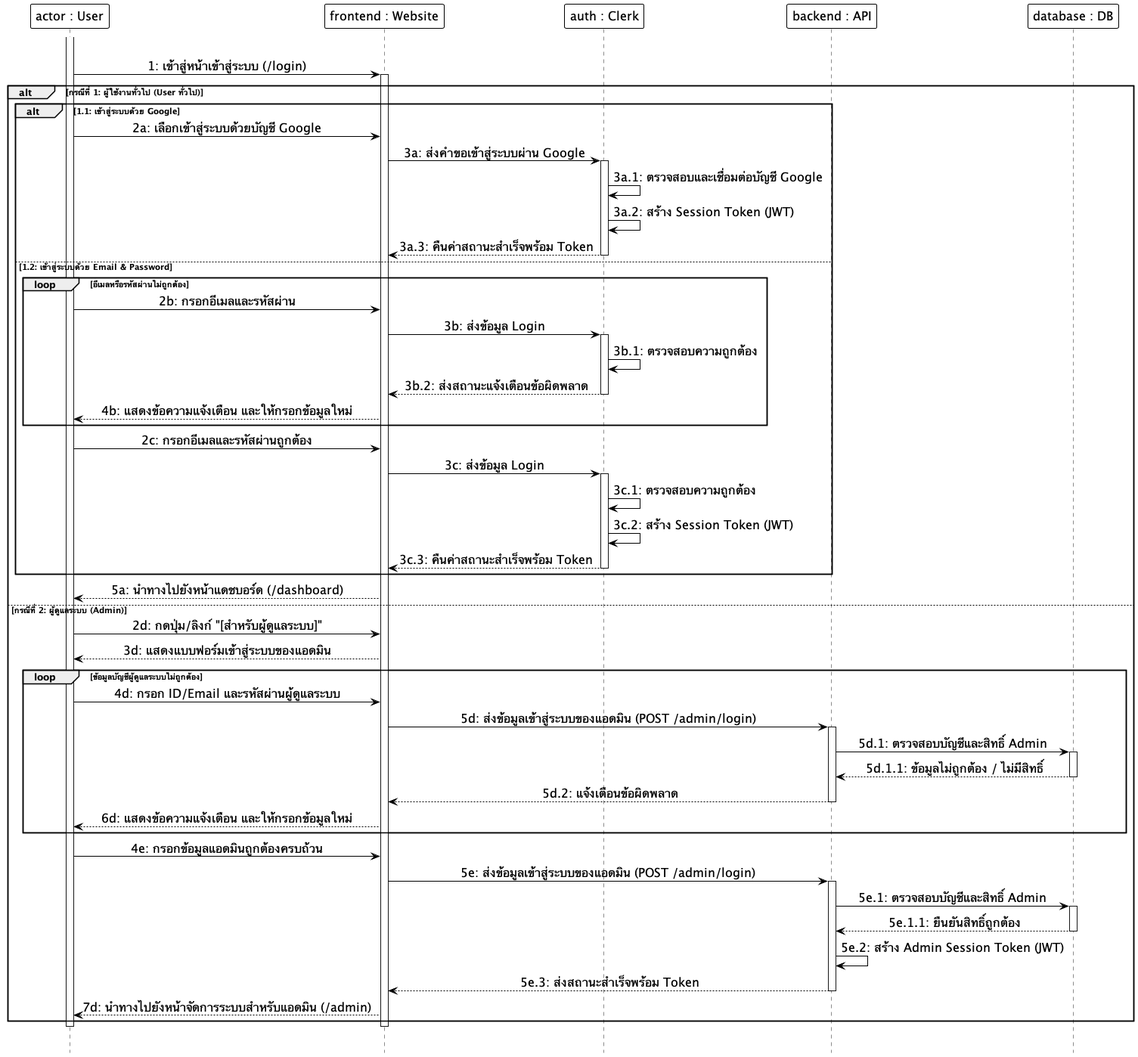
Before: docs/diagrams/images/sequence/sequence_11_login.png, a diagram exported from PlantUML (Anatta-at/my-portfolio-app).
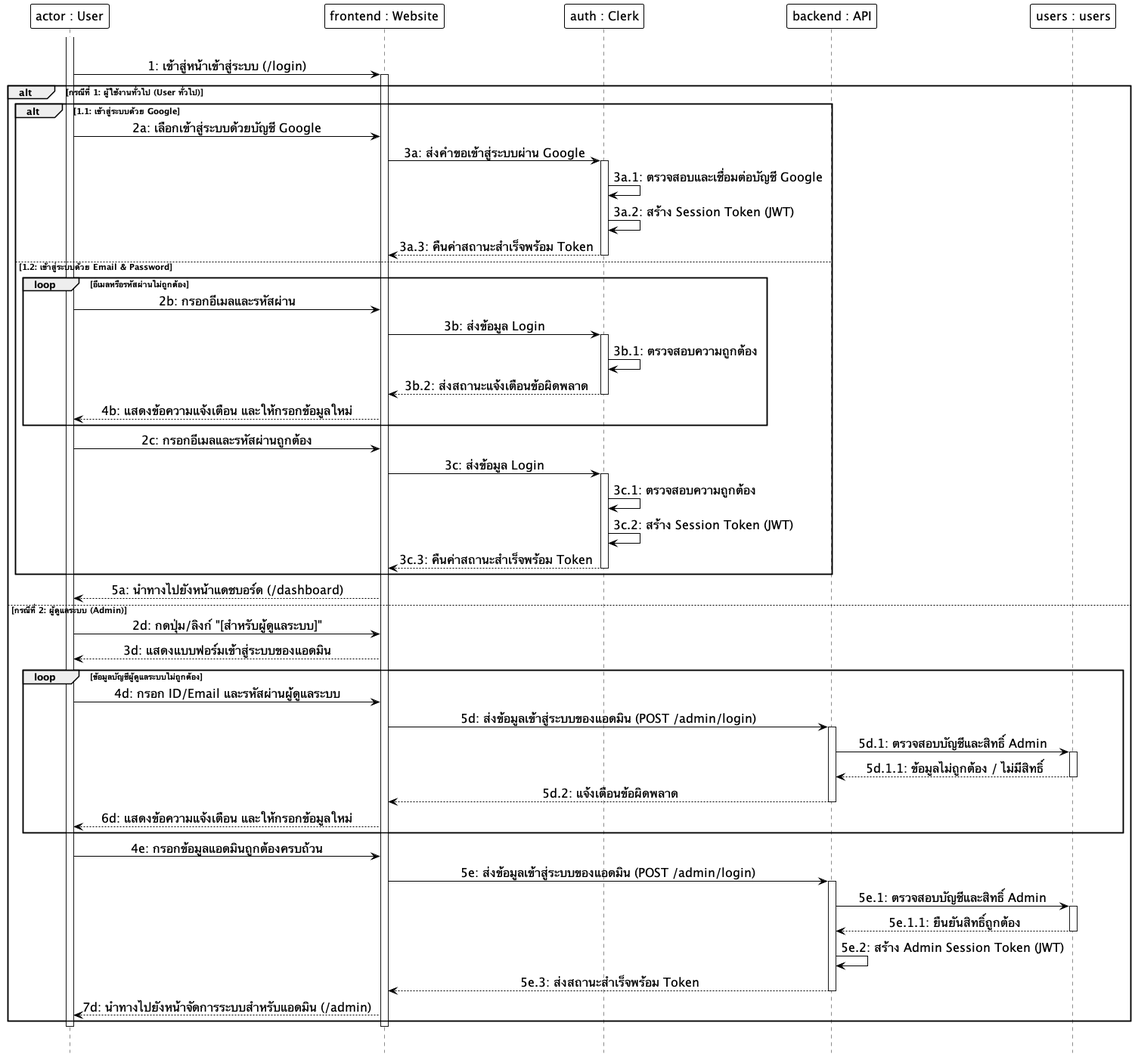
After the change.

The edit, as a diff of the source:
```diff
@@ -20,7 +20,7 @@
 participant "frontend : Website" as Frontend
 participant "auth : Clerk" as Clerk
 participant "backend : API" as Backend
-participant "database : DB" as DB
+participant "users : users" as DB
 
 |||
 activate User
```
